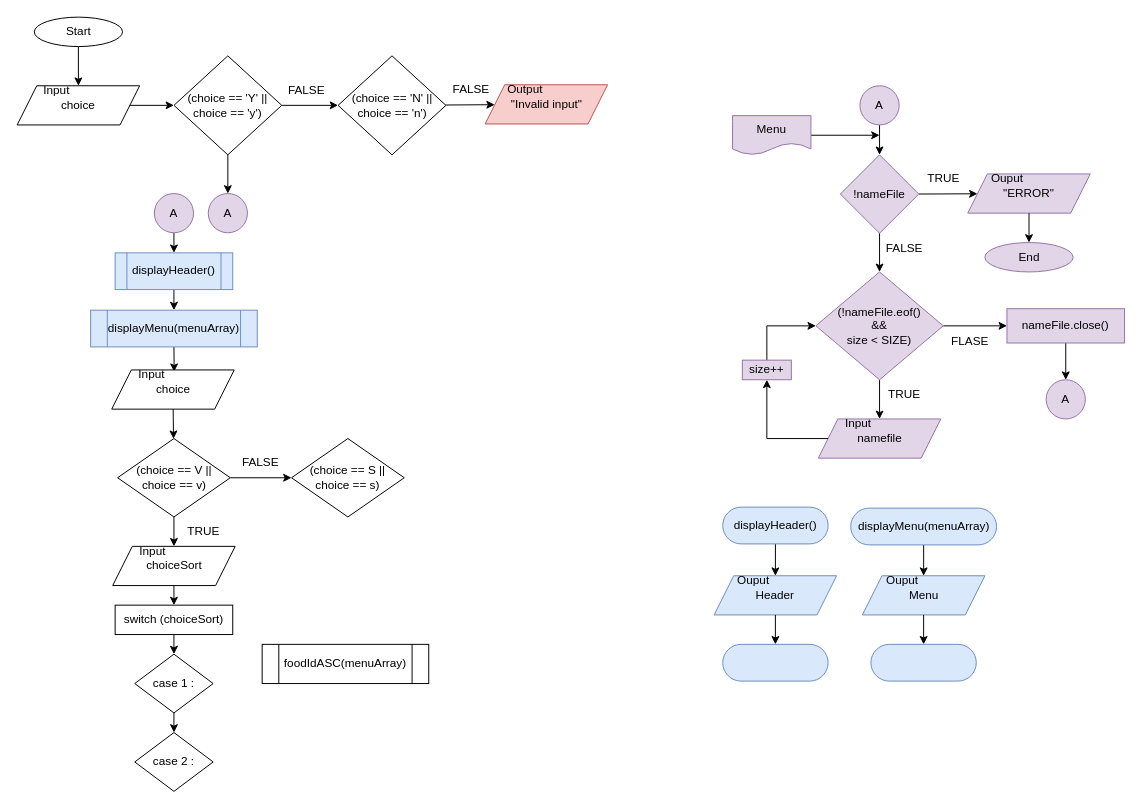
This is page "Page-2" (2 of 3) of Submission/sec02/Tupperware/classDiagram.drawio from jjn7702/SECJ2013-DSA, a draw.io file, before an edit. Source tidied: cells renumbered, new cells numbered last; positions are measured from the earlier drawing's top-left corner, leaving out a move shared by most shapes. Both pictures are drawn from the tidied source at 98%, with x=0, y=0 at pixel (17, 17).
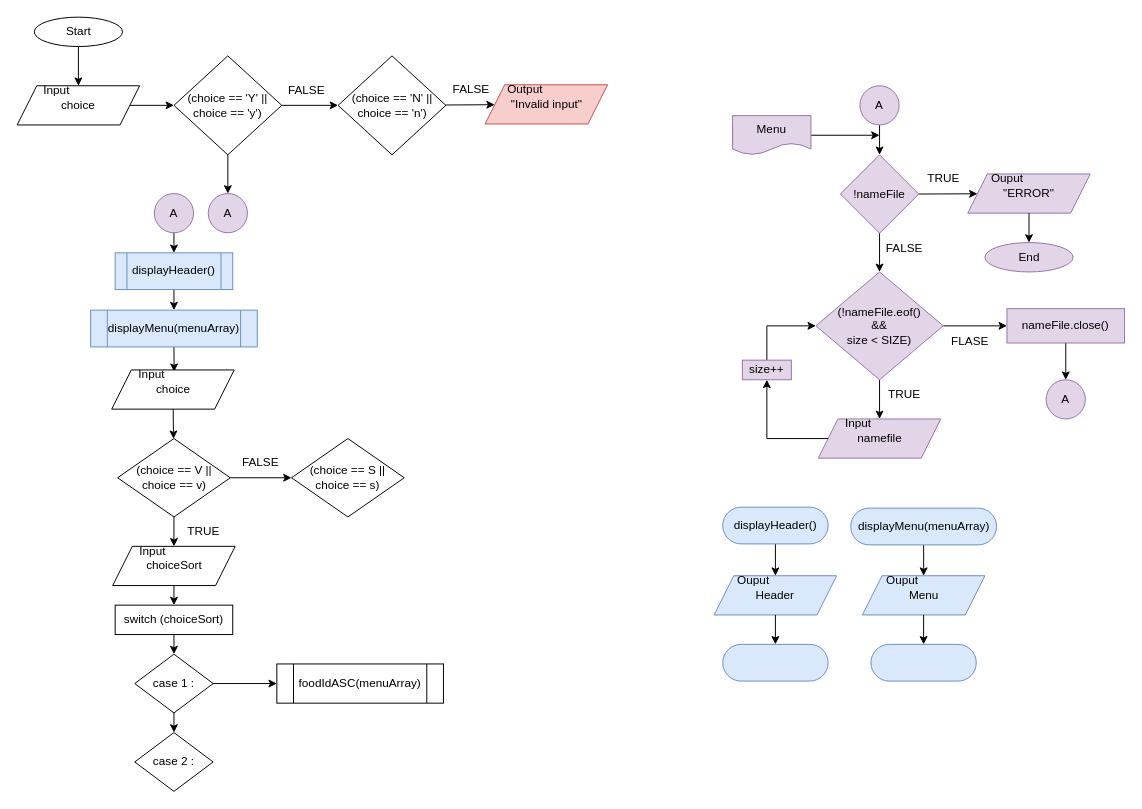
The same diagram, later.

Unchanged cells that the change refers to:
```xml
<mxCell id="84" value="case 1 :" style="rhombus;whiteSpace=wrap;html=1;rounded=0;glass=0;labelBackgroundColor=none;fontColor=#000000;fillColor=default;" parent="1" vertex="1">
  <mxGeometry x="120" y="650" width="80" height="60" as="geometry" />
</mxCell>
```

The edit, as a diff of the source:
```diff
@@
+    <mxCell id="87" style="edgeStyle=none;rounded=0;html=1;strokeColor=#000000;fontColor=#000000;" parent="1" edge="1" source="84" target="86">
+      <mxGeometry relative="1" as="geometry" />
+    </mxCell>
@@
     <mxCell id="86" value="foodIdASC(menuArray)" style="shape=process;whiteSpace=wrap;html=1;backgroundOutline=1;rounded=0;glass=0;labelBackgroundColor=none;fontColor=#000000;fillColor=default;" parent="1" vertex="1">
-      <mxGeometry x="250" y="640" width="170" height="40" as="geometry" />
+      <mxGeometry x="265" y="660" width="170" height="40" as="geometry" />
     </mxCell>
```
